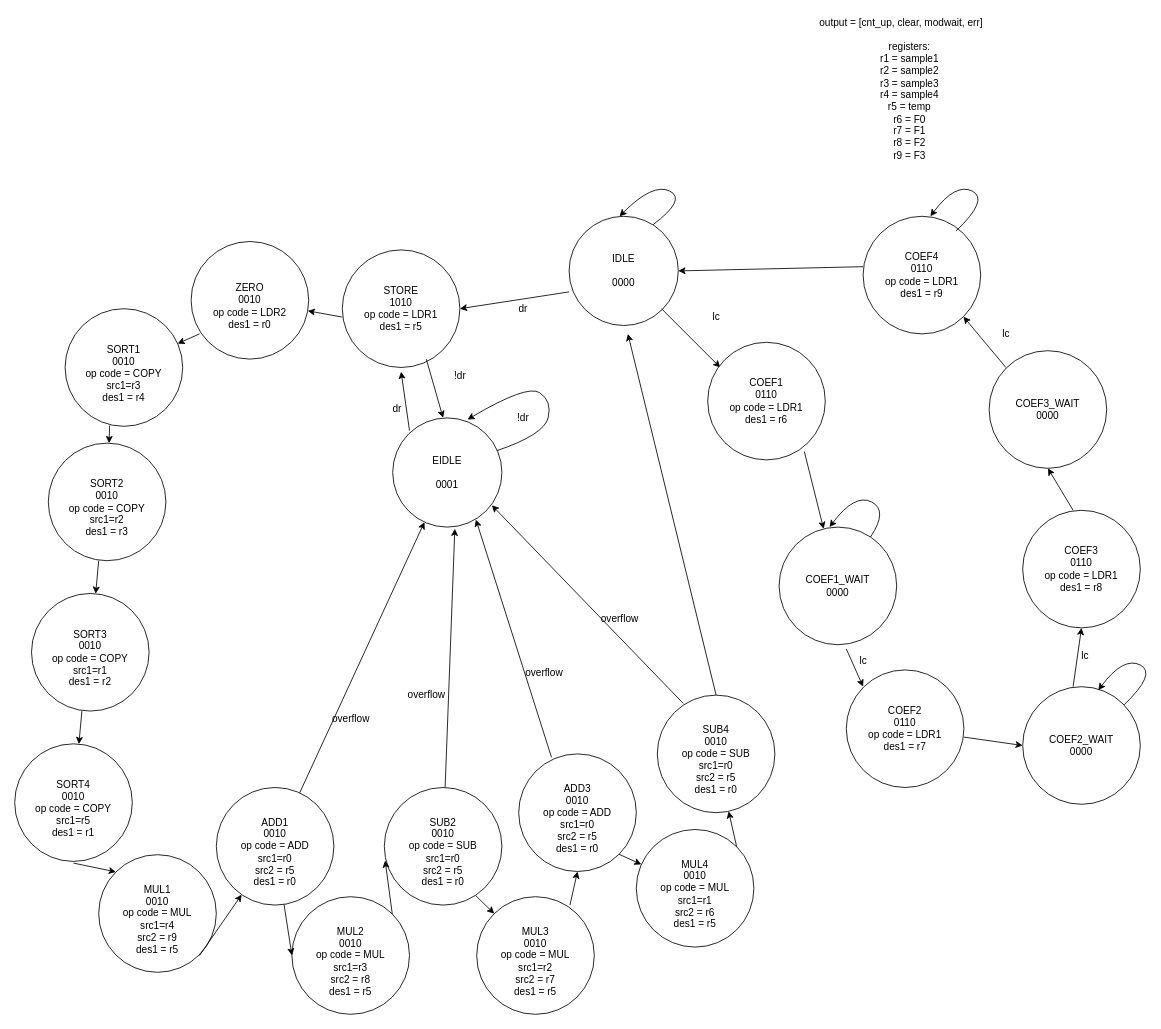
Above: Lab7/docs/4point_FIR.drawio in Mooyeonkim628/ECE337_ASIC_Design (draw.io), before the change. Source tidied: cells renumbered, new cells numbered last; positions are measured from the earlier drawing's top-left corner, leaving out a move shared by most shapes. Both pictures are drawn from the tidied source at 84%, with x=0, y=0 at pixel (14, 14).
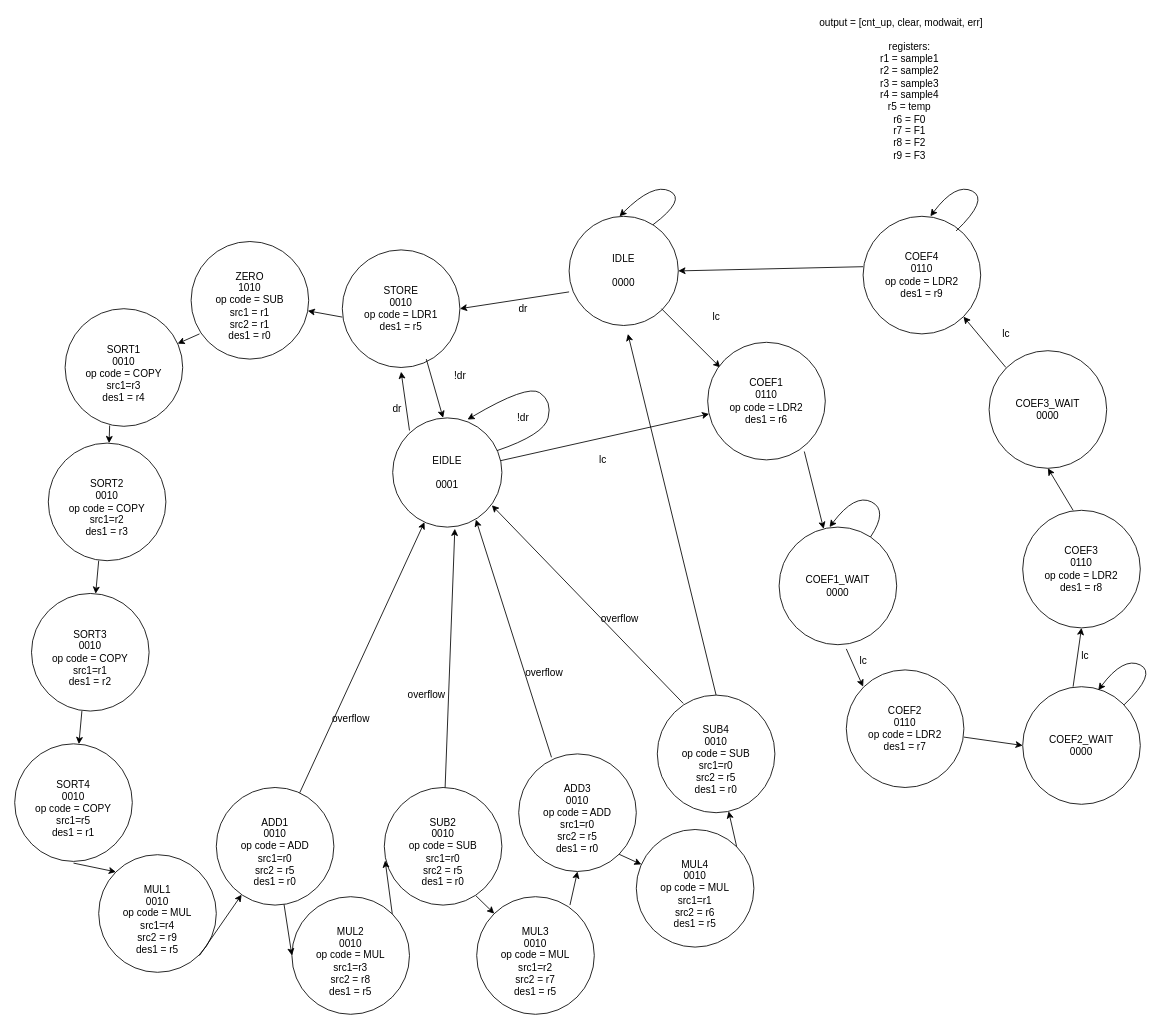
The same page after the edit.

The change refers to these unchanged cells:
```xml
<mxCell id="20" value="&lt;div&gt;EIDLE&lt;/div&gt;&lt;div&gt;&lt;br&gt;&lt;/div&gt;&lt;div&gt;0001&lt;/div&gt;" style="ellipse;whiteSpace=wrap;html=1;" parent="1" vertex="1">
  <mxGeometry x="450" y="480" width="130" height="130" as="geometry" />
</mxCell>
```

Change to the diagram source:
```diff
@@
-    <mxCell id="7" value="&lt;div&gt;COEF1&lt;/div&gt;&lt;div&gt;0110&lt;/div&gt;&lt;div&gt;op code = LDR1&lt;br&gt;&lt;/div&gt;&lt;div&gt;des1 = r6&lt;/div&gt;" style="ellipse;whiteSpace=wrap;html=1;" parent="1" vertex="1">
+    <mxCell id="7" value="&lt;div&gt;COEF1&lt;/div&gt;&lt;div&gt;0110&lt;/div&gt;&lt;div&gt;op code = LDR2&lt;br&gt;&lt;/div&gt;&lt;div&gt;des1 = r6&lt;/div&gt;" style="ellipse;whiteSpace=wrap;html=1;" parent="1" vertex="1">
       <mxGeometry x="825" y="390" width="140" height="140" as="geometry" />
     </mxCell>
@@
-    <mxCell id="12" value="&lt;div&gt;COEF2&lt;/div&gt;&lt;div&gt;0110&lt;/div&gt;&lt;div&gt;op code = LDR1&lt;br&gt;&lt;/div&gt;&lt;div&gt;des1 = r7&lt;/div&gt;" style="ellipse;whiteSpace=wrap;html=1;" parent="1" vertex="1">
+    <mxCell id="12" value="&lt;div&gt;COEF2&lt;/div&gt;&lt;div&gt;0110&lt;/div&gt;&lt;div&gt;op code = LDR2&lt;br&gt;&lt;/div&gt;&lt;div&gt;des1 = r7&lt;/div&gt;" style="ellipse;whiteSpace=wrap;html=1;" parent="1" vertex="1">
       <mxGeometry x="990" y="780" width="140" height="140" as="geometry" />
     </mxCell>
@@
-    <mxCell id="16" value="&lt;div&gt;STORE&lt;br&gt;&lt;/div&gt;&lt;div&gt;1010&lt;/div&gt;&lt;div&gt;op code = LDR1&lt;br&gt;&lt;/div&gt;&lt;div&gt;des1 = r5&lt;/div&gt;" style="ellipse;whiteSpace=wrap;html=1;" parent="1" vertex="1">
+    <mxCell id="16" value="&lt;div&gt;STORE&lt;br&gt;&lt;/div&gt;&lt;div&gt;0010&lt;/div&gt;&lt;div&gt;op code = LDR1&lt;br&gt;&lt;/div&gt;&lt;div&gt;des1 = r5&lt;/div&gt;" style="ellipse;whiteSpace=wrap;html=1;" parent="1" vertex="1">
       <mxGeometry x="390" y="280" width="140" height="140" as="geometry" />
     </mxCell>
@@
-    <mxCell id="40" value="&lt;div&gt;&lt;br&gt;&lt;/div&gt;&lt;div&gt;ZERO&lt;br&gt;&lt;/div&gt;&lt;div&gt;0010&lt;/div&gt;&lt;div&gt;op code = LDR2&lt;/div&gt;&lt;div&gt;des1 = r0&lt;br&gt;&lt;/div&gt;" style="ellipse;whiteSpace=wrap;html=1;" parent="1" vertex="1">
+    <mxCell id="40" value="&lt;div&gt;&lt;br&gt;&lt;/div&gt;&lt;div&gt;ZERO&lt;br&gt;&lt;/div&gt;&lt;div&gt;1010&lt;/div&gt;&lt;div&gt;op code = SUB&lt;/div&gt;&lt;div&gt;src1 = r1&lt;/div&gt;&lt;div&gt;src2 = r1&lt;br&gt;&lt;/div&gt;&lt;div&gt;des1 = r0&lt;br&gt;&lt;/div&gt;" style="ellipse;whiteSpace=wrap;html=1;" parent="1" vertex="1">
       <mxGeometry x="210" y="270" width="140" height="140" as="geometry" />
     </mxCell>
@@
-    <mxCell id="45" value="&lt;div&gt;COEF3&lt;/div&gt;&lt;div&gt;0110&lt;/div&gt;&lt;div&gt;op code = LDR1&lt;br&gt;&lt;/div&gt;&lt;div&gt;des1 = r8&lt;/div&gt;" style="ellipse;whiteSpace=wrap;html=1;" parent="1" vertex="1">
+    <mxCell id="45" value="&lt;div&gt;COEF3&lt;/div&gt;&lt;div&gt;0110&lt;/div&gt;&lt;div&gt;op code = LDR2&lt;br&gt;&lt;/div&gt;&lt;div&gt;des1 = r8&lt;/div&gt;" style="ellipse;whiteSpace=wrap;html=1;" parent="1" vertex="1">
       <mxGeometry x="1200" y="590" width="140" height="140" as="geometry" />
     </mxCell>
@@
-    <mxCell id="50" value="&lt;div&gt;COEF4&lt;/div&gt;&lt;div&gt;0110&lt;/div&gt;&lt;div&gt;op code = LDR1&lt;br&gt;&lt;/div&gt;&lt;div&gt;des1 = r9&lt;/div&gt;" style="ellipse;whiteSpace=wrap;html=1;" parent="1" vertex="1">
+    <mxCell id="50" value="&lt;div&gt;COEF4&lt;/div&gt;&lt;div&gt;0110&lt;/div&gt;&lt;div&gt;op code = LDR2&lt;br&gt;&lt;/div&gt;&lt;div&gt;des1 = r9&lt;/div&gt;" style="ellipse;whiteSpace=wrap;html=1;" parent="1" vertex="1">
       <mxGeometry x="1010" y="240" width="140" height="140" as="geometry" />
     </mxCell>
@@
+    <mxCell id="73" style="endArrow=classic;html=1;" parent="1" edge="1" source="20" target="7">
+      <mxGeometry relative="1" as="geometry" />
+    </mxCell>
+    <mxCell id="74" value="lc" style="text;html=1;align=center;verticalAlign=middle;" parent="1" vertex="1">
+      <mxGeometry x="690" y="520" width="20" height="20" as="geometry" />
+    </mxCell>
```
